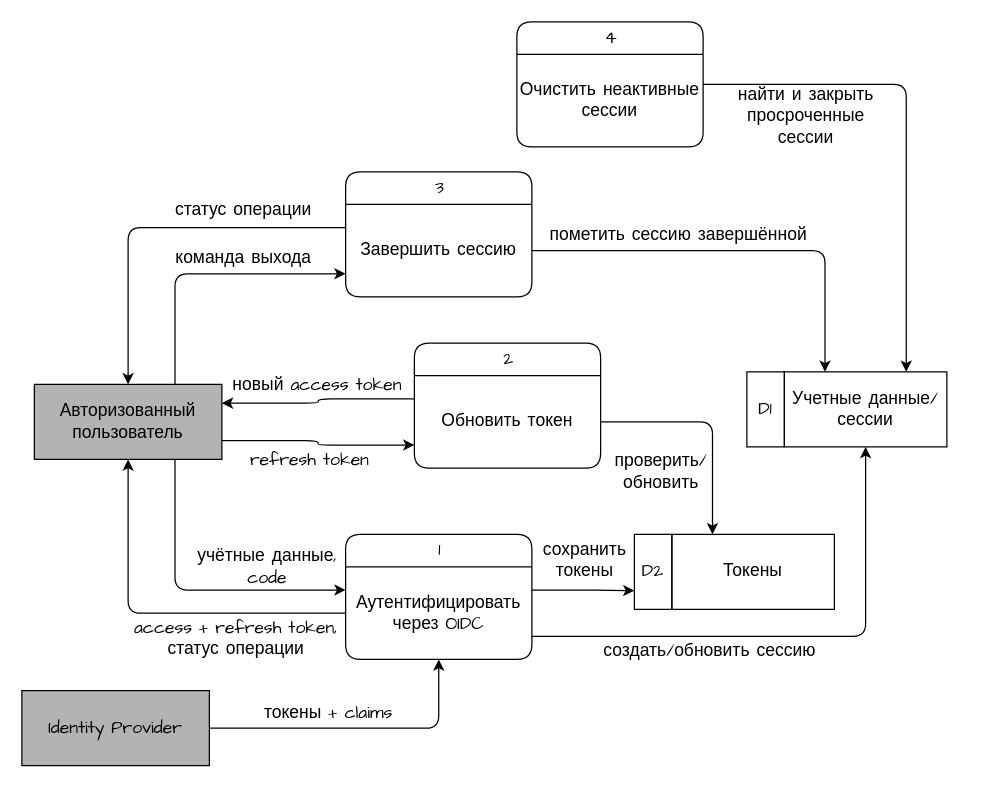
The draw.io diagram page "DFD 1: аутентификация и сессии" (2 of 8) of Практическая работа №1. DFD/Диаграммы DFD.drawio in art2535/project-activity-guap, before the edit. Source tidied: cells renumbered, new cells numbered last; positions are measured from the earlier drawing's top-left corner, leaving out a move shared by most shapes. Both pictures are drawn from the tidied source at 125%, with x=0, y=0 at pixel (21, 21).
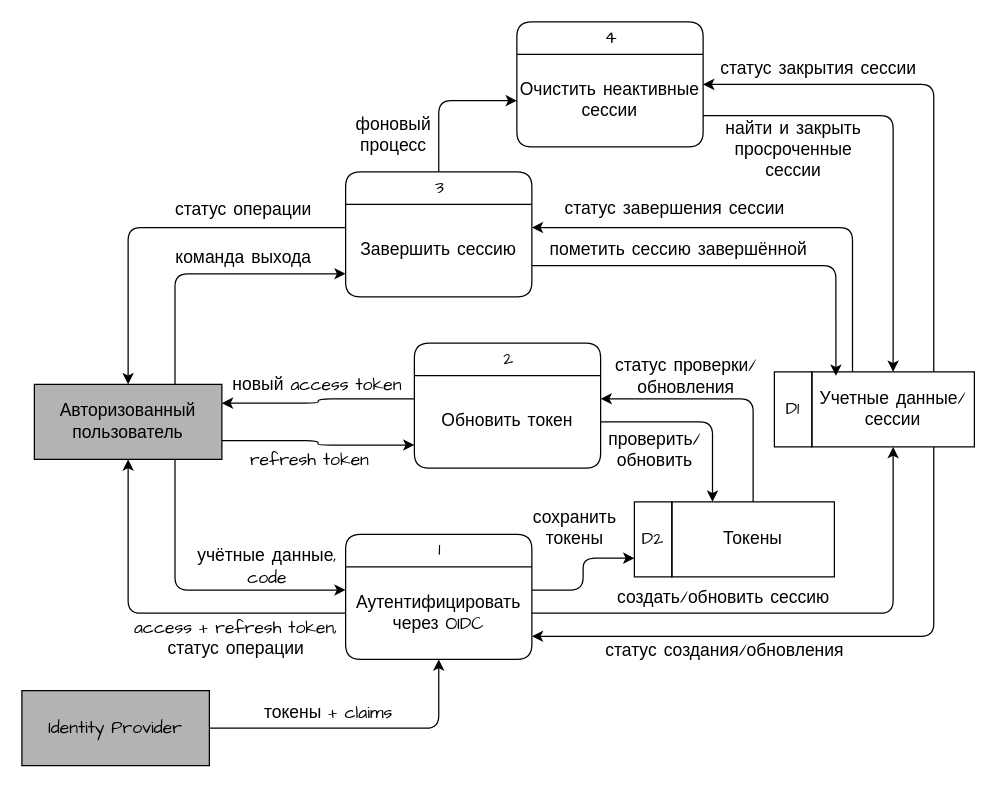
After the change.

The change refers to these unchanged cells:
```xml
<mxCell id="5" value="&lt;div style=&quot;&quot;&gt;&lt;span style=&quot;background-color: transparent;&quot;&gt;Аутентифицировать через OIDC&lt;/span&gt;&lt;/div&gt;" style="text;html=1;strokeColor=none;fillColor=none;align=center;verticalAlign=middle;whiteSpace=wrap;rounded=0;shadow=1;glass=0;sketch=0;fontFamily=Comic Sans MS;fontSize=14;" parent="4" vertex="1">
  <mxGeometry y="26" width="149" height="74" as="geometry" />
</mxCell>
<mxCell id="7" value="&lt;div style=&quot;&quot;&gt;Обновить токен&lt;/div&gt;" style="text;html=1;strokeColor=none;fillColor=none;align=center;verticalAlign=middle;whiteSpace=wrap;rounded=0;shadow=1;glass=0;sketch=0;fontFamily=Comic Sans MS;fontSize=14;" parent="6" vertex="1">
  <mxGeometry y="26" width="149" height="74" as="geometry" />
</mxCell>
<mxCell id="8" value="3" style="swimlane;html=1;fontStyle=0;horizontal=1;startSize=26;fillColor=none;swimlaneFillColor=none;align=center;rounded=1;shadow=0;comic=0;labelBackgroundColor=none;strokeWidth=1;fontFamily=Comic Sans MS;fontSize=14;swimlaneLine=1;sketch=0;glass=0;" parent="1" vertex="1">
  <mxGeometry x="259" y="120" width="149" height="100" as="geometry" />
</mxCell>
<mxCell id="9" value="&lt;div style=&quot;&quot;&gt;Завершить сессию&lt;/div&gt;" style="text;html=1;strokeColor=none;fillColor=none;align=center;verticalAlign=middle;whiteSpace=wrap;rounded=0;shadow=1;glass=0;sketch=0;fontFamily=Comic Sans MS;fontSize=14;" parent="8" vertex="1">
  <mxGeometry y="26" width="149" height="74" as="geometry" />
</mxCell>
<mxCell id="10" value="4" style="swimlane;html=1;fontStyle=0;horizontal=1;startSize=26;fillColor=none;swimlaneFillColor=none;align=center;rounded=1;shadow=0;comic=0;labelBackgroundColor=none;strokeWidth=1;fontFamily=Comic Sans MS;fontSize=14;swimlaneLine=1;sketch=0;glass=0;" parent="1" vertex="1">
  <mxGeometry x="396" width="149" height="100" as="geometry" />
</mxCell>
<mxCell id="11" value="&lt;div style=&quot;&quot;&gt;Очистить неактивные сессии&lt;/div&gt;" style="text;html=1;strokeColor=none;fillColor=none;align=center;verticalAlign=middle;whiteSpace=wrap;rounded=0;shadow=1;glass=0;sketch=0;fontFamily=Comic Sans MS;fontSize=14;" parent="10" vertex="1">
  <mxGeometry y="26" width="149" height="74" as="geometry" />
</mxCell>
<mxCell id="13" value="Токены" style="rounded=0;whiteSpace=wrap;html=1;shadow=0;glass=0;sketch=0;strokeWidth=1;fillColor=none;fontFamily=Comic Sans MS;fontSize=14;" parent="12" vertex="1">
  <mxGeometry x="30" width="130" height="60" as="geometry" />
</mxCell>
<mxCell id="16" value="Учетные данные/сессии" style="rounded=0;whiteSpace=wrap;html=1;shadow=0;glass=0;sketch=0;strokeWidth=1;fillColor=none;fontFamily=Comic Sans MS;fontSize=14;" parent="15" vertex="1">
  <mxGeometry x="30" width="130" height="60" as="geometry" />
</mxCell>
<mxCell id="30" style="endArrow=classic;html=1;fontFamily=Comic Sans MS;fontSize=14;edgeStyle=orthogonalEdgeStyle;exitX=1;exitY=0.5;exitDx=0;exitDy=0;entryX=0.25;entryY=0;entryDx=0;entryDy=0;startArrow=none;startFill=0;endFill=1;" parent="1" edge="1" source="7" target="13">
  <mxGeometry relative="1" as="geometry">
    <Array as="points">
      <mxPoint x="552.5" y="320" />
    </Array>
  </mxGeometry>
</mxCell>
```

Change to the diagram source:
```diff
@@
     <mxCell id="12" style="group;shadow=0;fontFamily=Comic Sans MS;fontSize=14;" parent="1" vertex="1">
-      <mxGeometry x="490" y="410" width="160" height="60" as="geometry" />
+      <mxGeometry x="490" y="384" width="160" height="60" as="geometry" />
     </mxCell>
@@
     <mxCell id="15" style="group;shadow=0;fontFamily=Comic Sans MS;fontSize=14;" parent="1" vertex="1">
-      <mxGeometry x="580" y="280" width="160" height="60" as="geometry" />
+      <mxGeometry x="602" y="280" width="160" height="60" as="geometry" />
     </mxCell>
@@
     <mxCell id="31" value="проверить/&lt;div&gt;обновить&lt;/div&gt;" style="edgeLabel;html=1;align=center;verticalAlign=middle;fontSize=14;fontFamily=Comic Sans MS;labelBackgroundColor=none;" parent="30" vertex="1">
       <mxGeometry x="0.32" y="-1" relative="1" as="geometry">
-        <mxPoint x="-41" y="11" as="offset" />
+        <mxPoint x="-46" y="11" as="offset" />
       </mxGeometry>
     </mxCell>
-    <mxCell id="32" style="endArrow=classic;html=1;fontFamily=Comic Sans MS;fontSize=14;edgeStyle=orthogonalEdgeStyle;exitX=1;exitY=0.75;exitDx=0;exitDy=0;startArrow=none;startFill=0;endFill=1;" parent="1" edge="1" source="5" target="16">
+    <mxCell id="32" style="endArrow=classic;html=1;fontFamily=Comic Sans MS;fontSize=14;edgeStyle=orthogonalEdgeStyle;exitX=1;exitY=0.5;exitDx=0;exitDy=0;startArrow=none;startFill=0;endFill=1;entryX=0.5;entryY=1;entryDx=0;entryDy=0;" parent="1" edge="1" source="5" target="16">
       <mxGeometry relative="1" as="geometry" />
     </mxCell>
     <mxCell id="33" value="создать/обновить сессию" style="edgeLabel;html=1;align=center;verticalAlign=middle;fontSize=14;fontFamily=Comic Sans MS;labelBackgroundColor=none;" parent="32" vertex="1">
       <mxGeometry x="0.32" y="-1" relative="1" as="geometry">
-        <mxPoint x="-127" y="21" as="offset" />
+        <mxPoint x="-127" y="-14" as="offset" />
       </mxGeometry>
     </mxCell>
-    <mxCell id="34" style="endArrow=classic;html=1;fontFamily=Comic Sans MS;fontSize=14;edgeStyle=orthogonalEdgeStyle;exitX=1;exitY=0.5;exitDx=0;exitDy=0;entryX=0.25;entryY=0;entryDx=0;entryDy=0;startArrow=none;startFill=0;endFill=1;" parent="1" edge="1" source="9" target="16">
+    <mxCell id="34" style="endArrow=classic;html=1;fontFamily=Comic Sans MS;fontSize=14;edgeStyle=orthogonalEdgeStyle;exitX=1;exitY=0.75;exitDx=0;exitDy=0;entryX=0.148;entryY=0.053;entryDx=0;entryDy=0;startArrow=none;startFill=0;endFill=1;entryPerimeter=0;" parent="1" edge="1" source="8" target="16">
       <mxGeometry relative="1" as="geometry" />
     </mxCell>
@@
-    <mxCell id="40" style="endArrow=classic;html=1;fontFamily=Comic Sans MS;fontSize=14;edgeStyle=orthogonalEdgeStyle;exitX=1;exitY=0.5;exitDx=0;exitDy=0;entryX=0.75;entryY=0;entryDx=0;entryDy=0;startArrow=none;startFill=0;endFill=1;" parent="1" edge="1" source="10" target="16">
+    <mxCell id="40" style="endArrow=classic;html=1;fontFamily=Comic Sans MS;fontSize=14;edgeStyle=orthogonalEdgeStyle;exitX=1;exitY=0.75;exitDx=0;exitDy=0;entryX=0.5;entryY=0;entryDx=0;entryDy=0;startArrow=none;startFill=0;endFill=1;" parent="1" edge="1" source="10" target="16">
       <mxGeometry relative="1" as="geometry" />
     </mxCell>
     <mxCell id="41" value="найти и закрыть&lt;div&gt;просроченные&lt;/div&gt;&lt;div&gt;сессии&lt;/div&gt;" style="edgeLabel;html=1;align=center;verticalAlign=middle;fontSize=14;fontFamily=Comic Sans MS;labelBackgroundColor=none;" parent="40" vertex="1">
       <mxGeometry x="0.32" y="-1" relative="1" as="geometry">
-        <mxPoint x="-80" y="-71" as="offset" />
+        <mxPoint x="-80" y="-57" as="offset" />
       </mxGeometry>
     </mxCell>
+    <mxCell id="42" style="endArrow=classic;html=1;fontFamily=Comic Sans MS;fontSize=14;edgeStyle=orthogonalEdgeStyle;exitX=0.25;exitY=0;exitDx=0;exitDy=0;entryX=1;entryY=0.25;entryDx=0;entryDy=0;startArrow=none;startFill=0;endFill=1;" parent="1" edge="1" source="16" target="9">
+      <mxGeometry relative="1" as="geometry" />
+    </mxCell>
+    <mxCell id="43" value="статус завершения сессии" style="edgeLabel;html=1;align=center;verticalAlign=middle;fontSize=14;fontFamily=Comic Sans MS;labelBackgroundColor=none;" parent="42" vertex="1">
+      <mxGeometry x="0.32" y="-1" relative="1" as="geometry">
+        <mxPoint x="-13" y="-14" as="offset" />
+      </mxGeometry>
+    </mxCell>
+    <mxCell id="44" style="endArrow=classic;html=1;fontFamily=Comic Sans MS;fontSize=14;edgeStyle=orthogonalEdgeStyle;exitX=0.5;exitY=0;exitDx=0;exitDy=0;entryX=0;entryY=0.5;entryDx=0;entryDy=0;startArrow=none;startFill=0;endFill=1;" parent="1" edge="1" source="8" target="11">
+      <mxGeometry relative="1" as="geometry" />
+    </mxCell>
+    <mxCell id="45" value="фоновый&lt;div&gt;процесс&lt;/div&gt;" style="edgeLabel;html=1;align=center;verticalAlign=middle;fontSize=14;fontFamily=Comic Sans MS;labelBackgroundColor=none;" parent="44" vertex="1">
+      <mxGeometry x="0.32" y="-1" relative="1" as="geometry">
+        <mxPoint x="-59" y="26" as="offset" />
+      </mxGeometry>
+    </mxCell>
+    <mxCell id="46" style="endArrow=classic;html=1;fontFamily=Comic Sans MS;fontSize=14;edgeStyle=orthogonalEdgeStyle;exitX=0.75;exitY=0;exitDx=0;exitDy=0;entryX=1;entryY=0.5;entryDx=0;entryDy=0;startArrow=none;startFill=0;endFill=1;" parent="1" edge="1" source="16" target="10">
+      <mxGeometry relative="1" as="geometry" />
+    </mxCell>
+    <mxCell id="47" value="статус закрытия сессии" style="edgeLabel;html=1;align=center;verticalAlign=middle;fontSize=14;fontFamily=Comic Sans MS;labelBackgroundColor=none;" parent="46" vertex="1">
+      <mxGeometry x="0.32" y="-1" relative="1" as="geometry">
+        <mxPoint x="-49" y="-12" as="offset" />
+      </mxGeometry>
+    </mxCell>
+    <mxCell id="48" style="endArrow=classic;html=1;fontFamily=Comic Sans MS;fontSize=14;edgeStyle=orthogonalEdgeStyle;exitX=0.75;exitY=1;exitDx=0;exitDy=0;entryX=1;entryY=0.75;entryDx=0;entryDy=0;startArrow=none;startFill=0;endFill=1;" parent="1" edge="1" source="16" target="5">
+      <mxGeometry relative="1" as="geometry" />
+    </mxCell>
+    <mxCell id="49" value="статус создания/обновления" style="edgeLabel;html=1;align=center;verticalAlign=middle;fontSize=14;fontFamily=Comic Sans MS;labelBackgroundColor=none;" parent="48" vertex="1">
+      <mxGeometry x="0.32" y="-1" relative="1" as="geometry">
+        <mxPoint x="-8" y="13" as="offset" />
+      </mxGeometry>
+    </mxCell>
+    <mxCell id="50" style="endArrow=classic;html=1;fontFamily=Comic Sans MS;fontSize=14;edgeStyle=orthogonalEdgeStyle;exitX=0.5;exitY=0;exitDx=0;exitDy=0;entryX=1;entryY=0.25;entryDx=0;entryDy=0;startArrow=none;startFill=0;endFill=1;" parent="1" edge="1" source="13" target="7">
+      <mxGeometry relative="1" as="geometry" />
+    </mxCell>
+    <mxCell id="51" value="статус проверки/&lt;div&gt;обновления&lt;/div&gt;" style="edgeLabel;html=1;align=center;verticalAlign=middle;fontSize=14;fontFamily=Comic Sans MS;labelBackgroundColor=none;" parent="50" vertex="1">
+      <mxGeometry x="0.32" y="-1" relative="1" as="geometry">
+        <mxPoint x="-2" y="-17" as="offset" />
+      </mxGeometry>
+    </mxCell>
```
